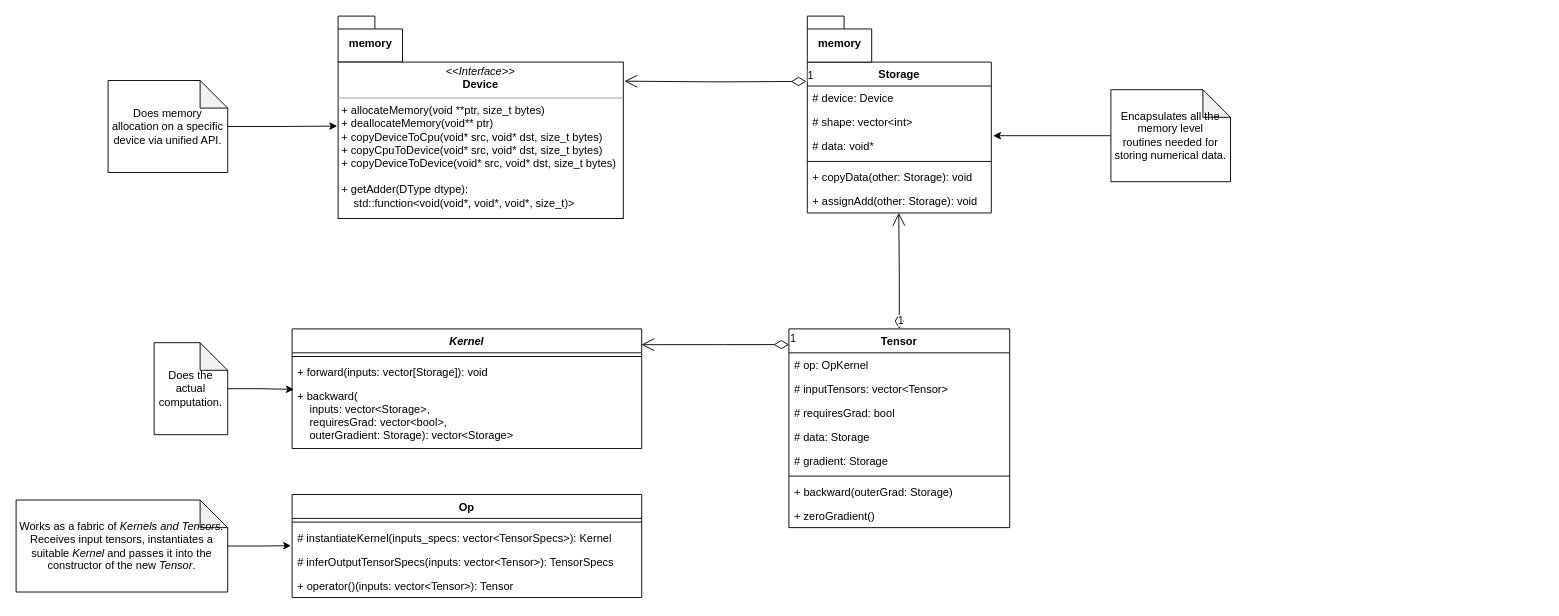
Above: Architecture/cpp_entities.drawio in oKatanaaa/KaruiFlow (draw.io), before the change. Source tidied: cells renumbered, new cells numbered last; positions are measured from the earlier drawing's top-left corner, leaving out a move shared by most shapes. Both pictures are drawn from the tidied source at 92%, with x=0, y=0 at pixel (16, 16).
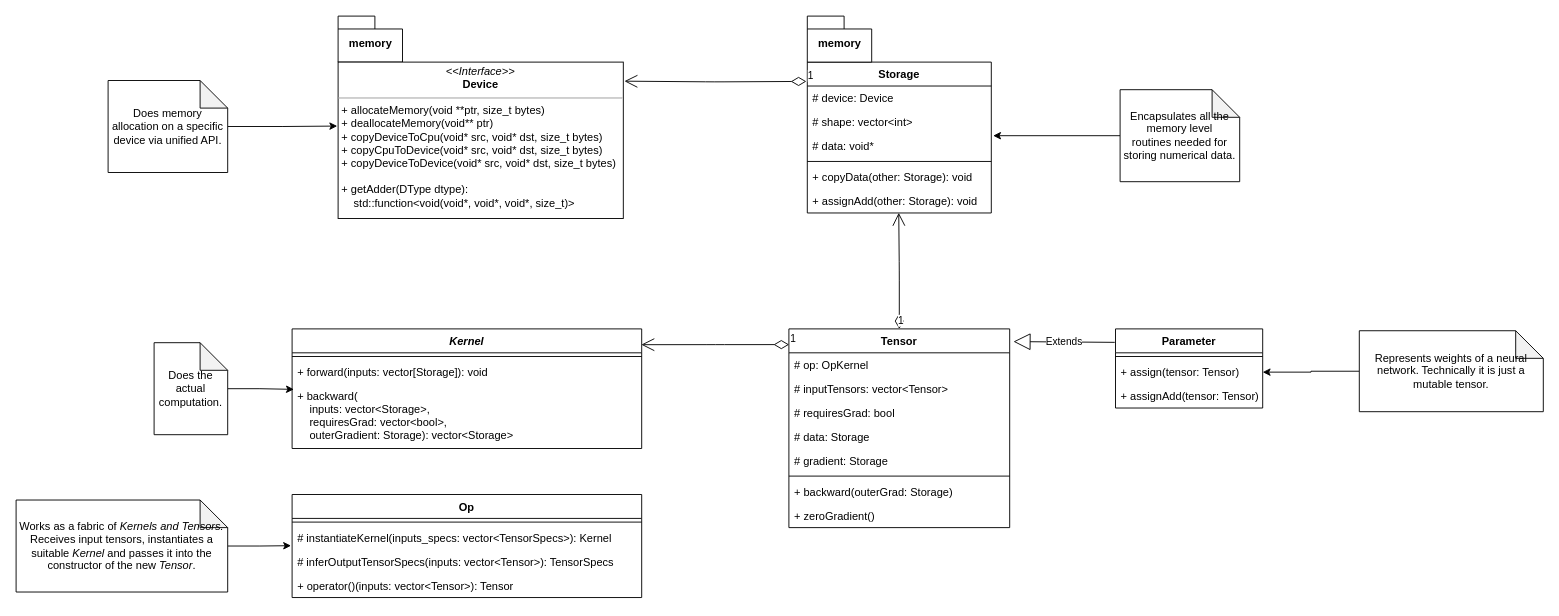
Above is the later version.

The change refers to these unchanged cells:
```xml
<mxCell id="2" value="Tensor" style="swimlane;fontStyle=1;align=center;verticalAlign=top;horizontal=1;startSize=26;" parent="1" vertex="1">
  <mxGeometry x="840" y="340" width="240" height="216" as="geometry" />
</mxCell>
```

The edit, as a diff of the source:
```diff
@@
     <mxCell id="40" value="Encapsulates all the memory level&lt;br&gt;routines needed for storing numerical data." style="shape=note;whiteSpace=wrap;html=1;backgroundOutline=1;darkOpacity=0.05;" parent="1" vertex="1">
-      <mxGeometry x="1190" y="80" width="130" height="100" as="geometry" />
+      <mxGeometry x="1200" y="80" width="130" height="100" as="geometry" />
     </mxCell>
+    <mxCell id="41" value="Parameter" style="swimlane;fontStyle=1;align=center;verticalAlign=top;horizontal=1;startSize=26;" parent="1" vertex="1">
+      <mxGeometry x="1195" y="340" width="160" height="86" as="geometry" />
+    </mxCell>
+    <mxCell id="42" style="line;strokeWidth=1;fillColor=none;align=left;verticalAlign=middle;spacingTop=-1;spacingLeft=3;spacingRight=3;labelPosition=right;" parent="41" vertex="1">
+      <mxGeometry y="26" width="160" height="8" as="geometry" />
+    </mxCell>
+    <mxCell id="43" value="+ assign(tensor: Tensor)" style="text;strokeColor=none;fillColor=none;align=left;verticalAlign=top;spacingLeft=4;spacingRight=4;overflow=hidden;points=[[0,0.5],[1,0.5]];portConstraint=eastwest;" parent="41" vertex="1">
+      <mxGeometry y="34" width="160" height="26" as="geometry" />
+    </mxCell>
+    <mxCell id="44" value="+ assignAdd(tensor: Tensor)" style="text;strokeColor=none;fillColor=none;align=left;verticalAlign=top;spacingLeft=4;spacingRight=4;overflow=hidden;" parent="41" vertex="1">
+      <mxGeometry y="60" width="160" height="26" as="geometry" />
+    </mxCell>
+    <mxCell id="45" value="Extends" style="endArrow=block;endSize=16;endFill=0;html=1;entryX=1.017;entryY=0.064;entryDx=0;entryDy=0;entryPerimeter=0;exitX=-0.005;exitY=0.17;exitDx=0;exitDy=0;exitPerimeter=0;" parent="1" edge="1" source="41" target="2">
+      <mxGeometry relative="1" as="geometry" />
+    </mxCell>
+    <mxCell id="46" style="edgeStyle=orthogonalEdgeStyle;rounded=0;jettySize=auto;html=1;entryX=1;entryY=0.5;entryDx=0;entryDy=0;" parent="1" edge="1" source="47" target="43">
+      <mxGeometry relative="1" as="geometry" />
+    </mxCell>
+    <mxCell id="47" value="Represents weights of a neural network. Technically it is just a mutable tensor." style="shape=note;whiteSpace=wrap;html=1;backgroundOutline=1;darkOpacity=0.05;" parent="1" vertex="1">
+      <mxGeometry x="1460" y="342" width="200" height="88" as="geometry" />
+    </mxCell>
```
